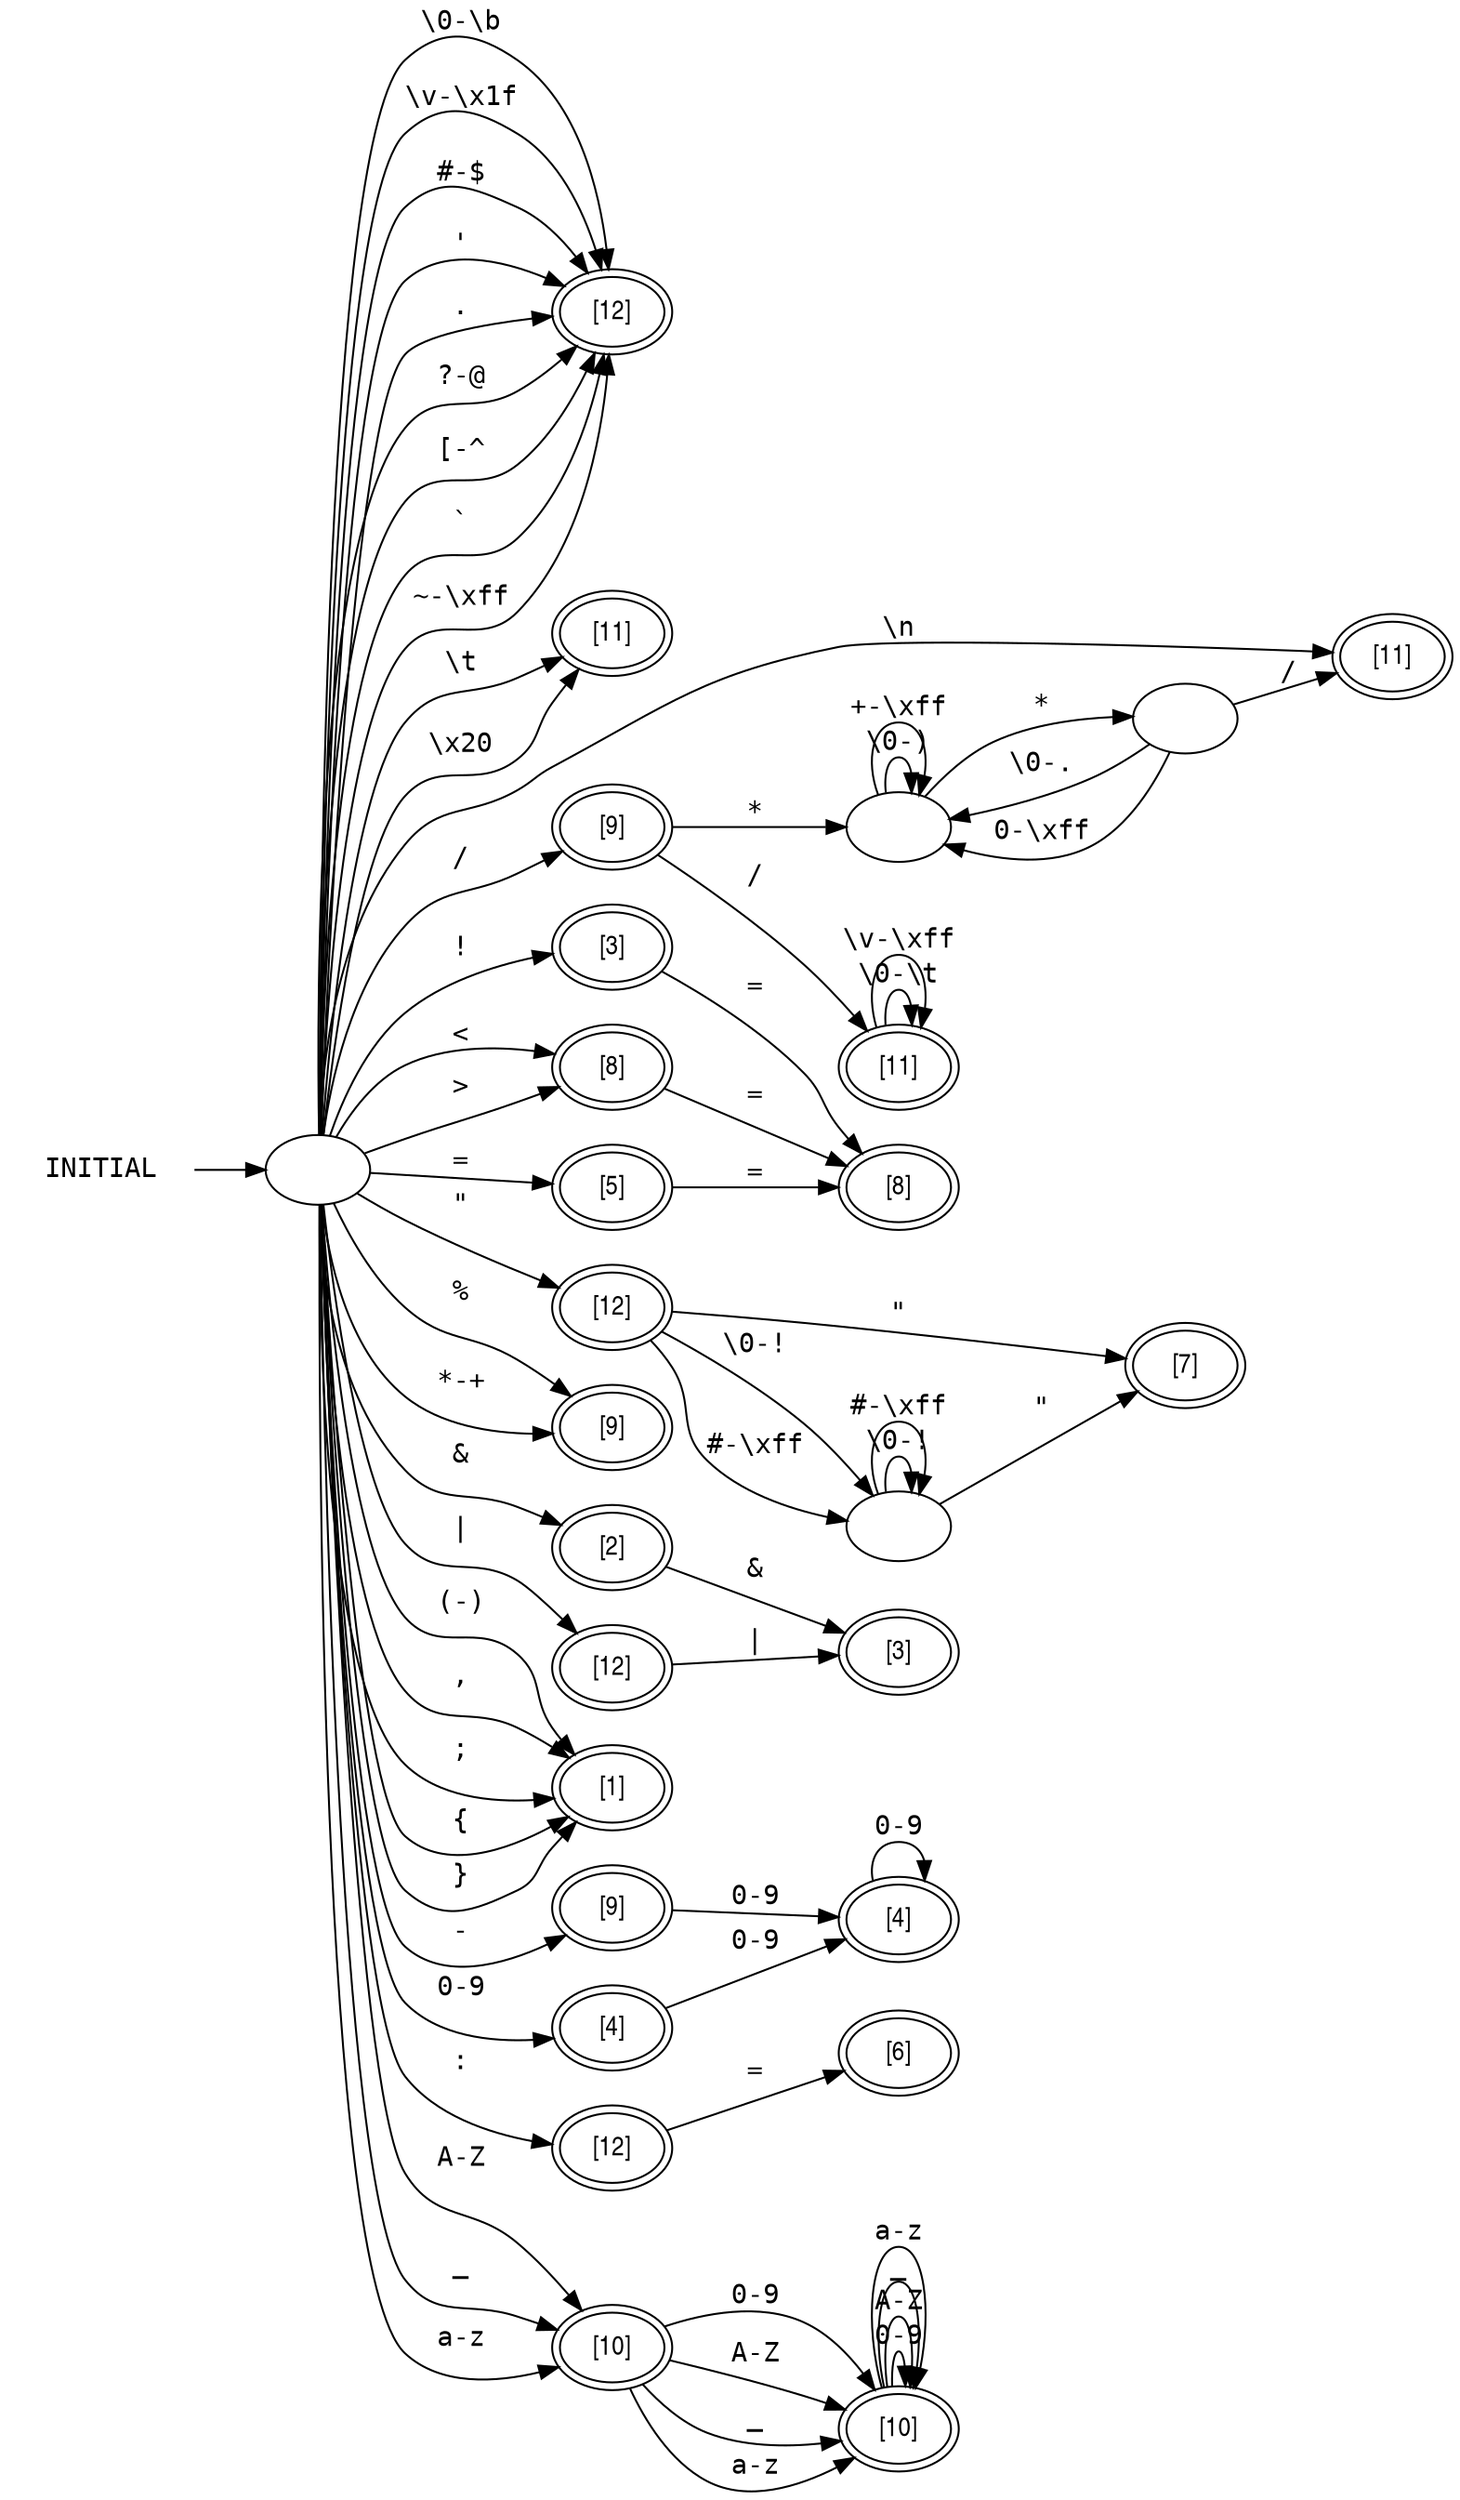
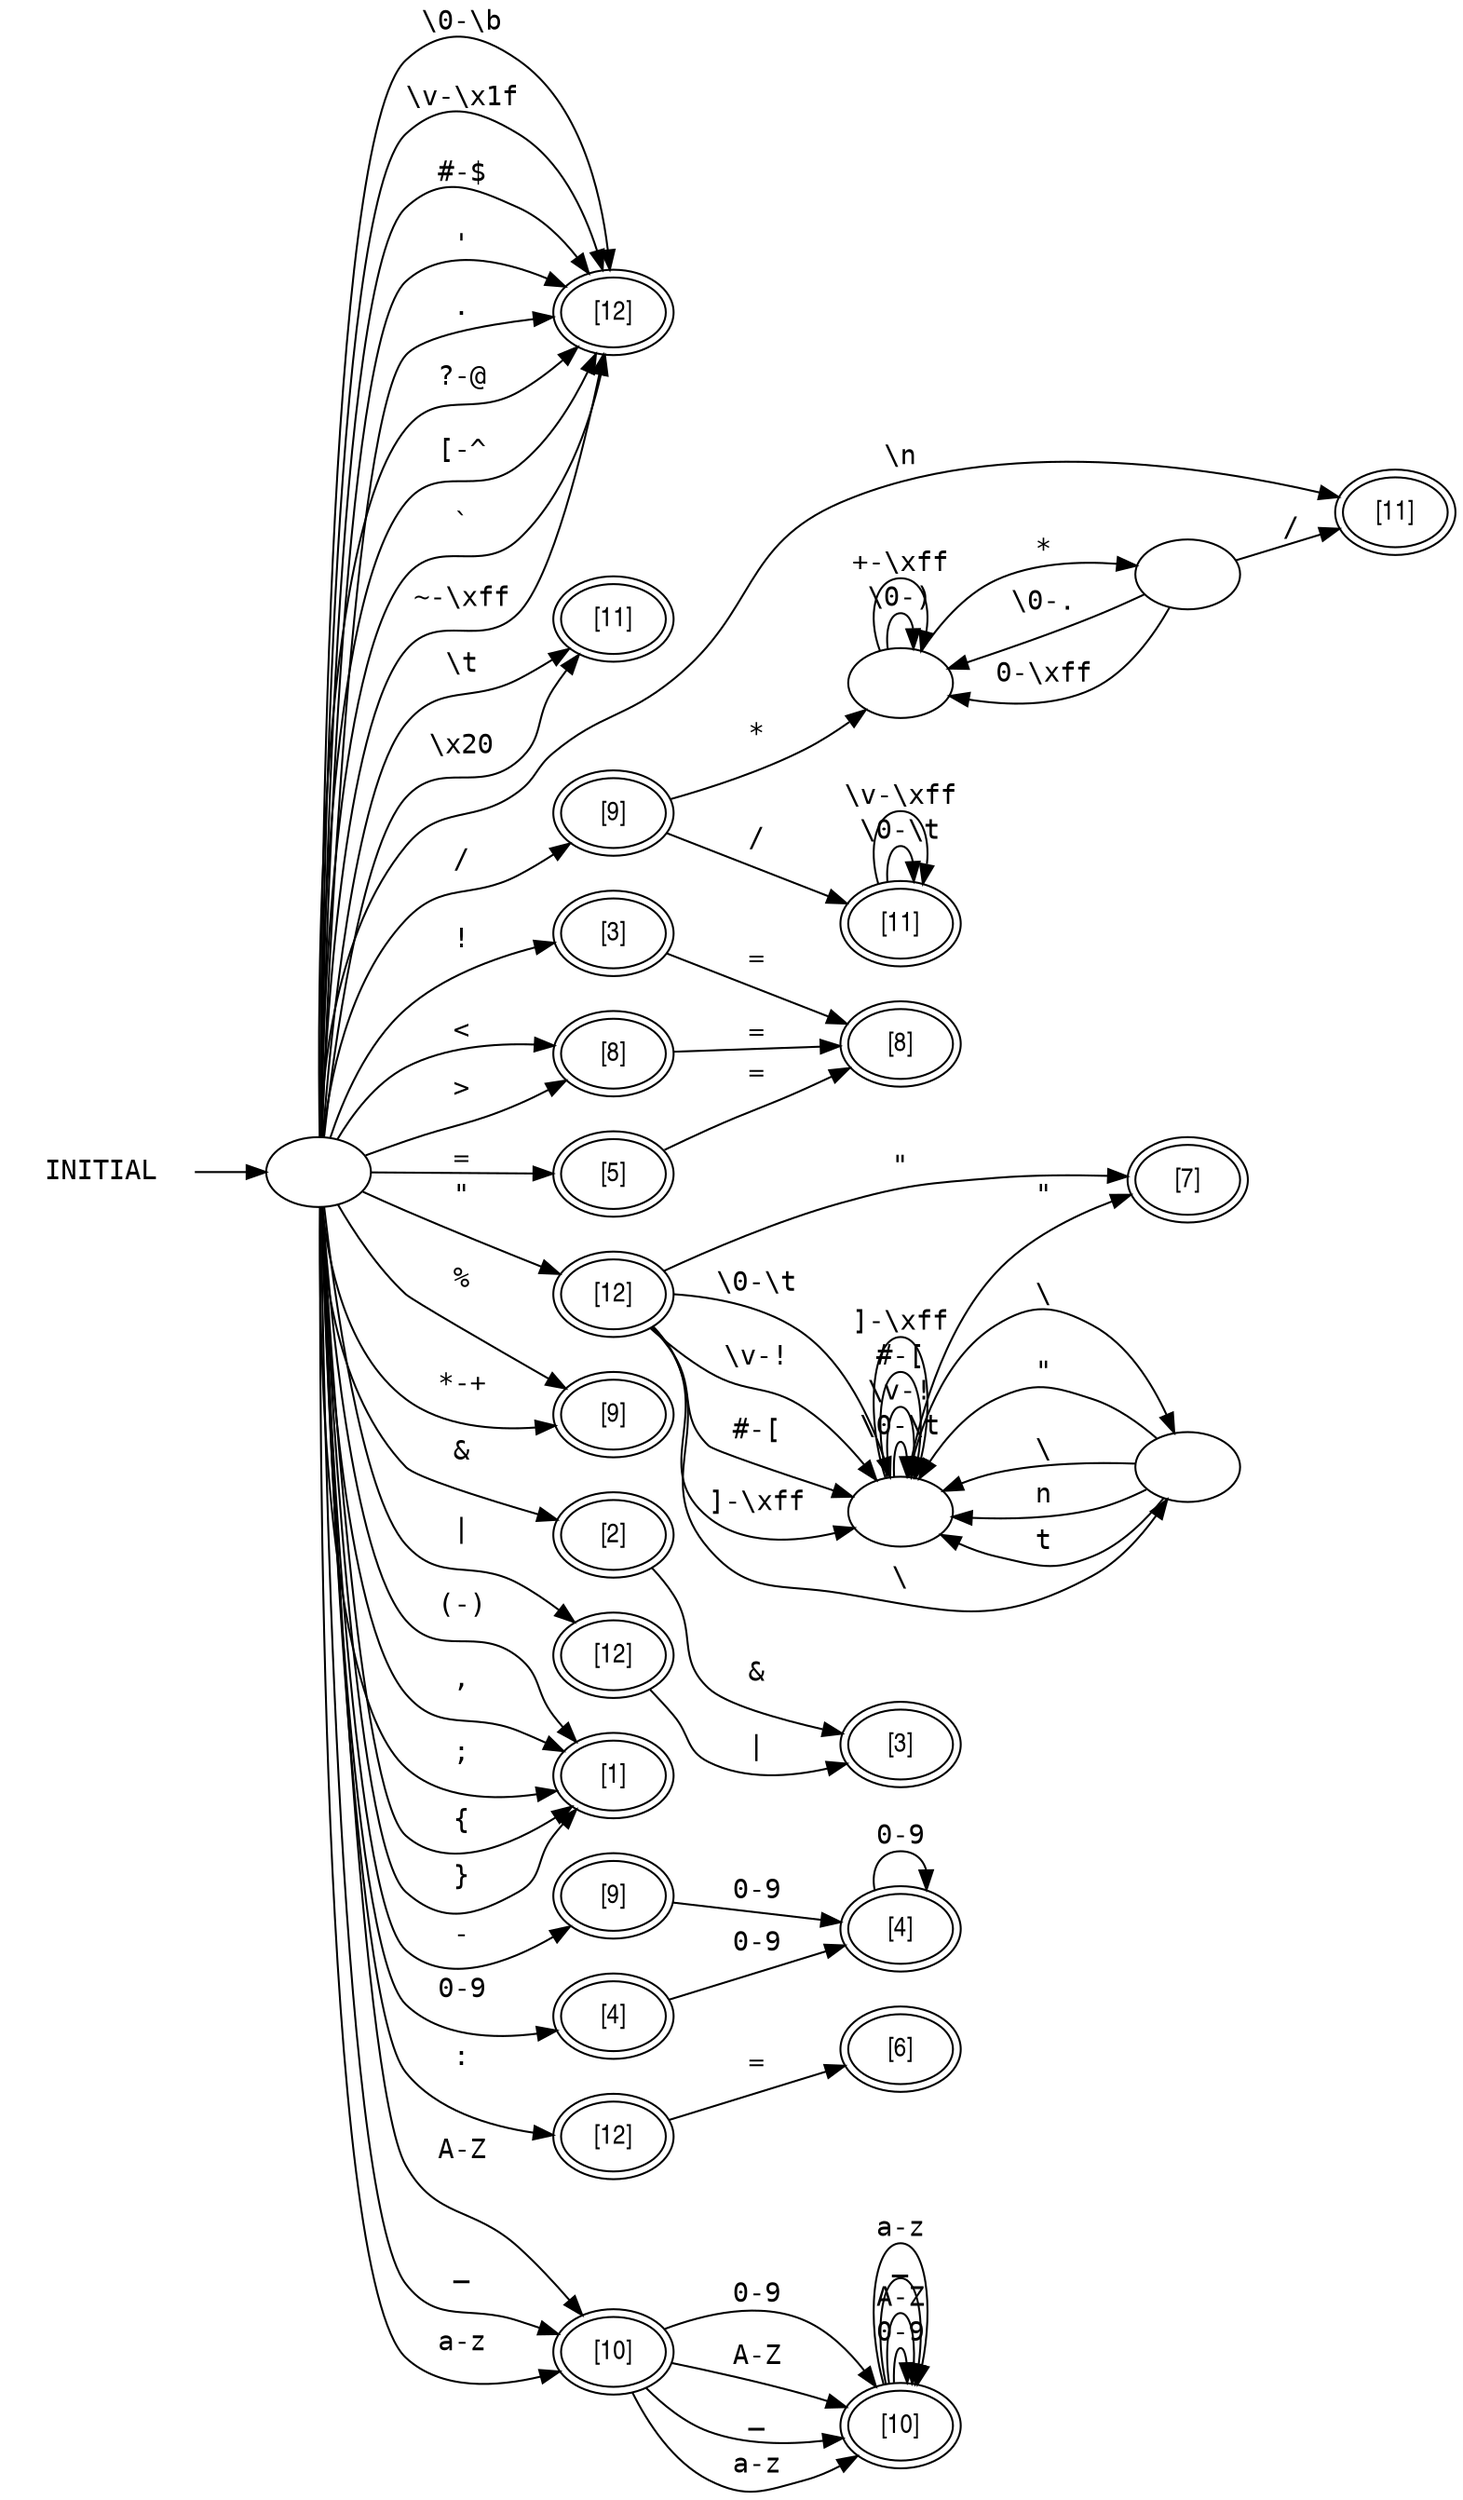
digraph INITIAL {
		rankdir=LR;
		concentrate=true;
		node [fontname="ArialNarrow"];
		edge [fontname="Courier"];

		init [root=true,peripheries=0,label="INITIAL",fontname="Courier"];
- 		init -> N0x7b849aced018;
+ 		init -> N0x75e037ae8018;

- /*START*/	N0x7b849aced018 [label=""];
- 		N0x7b849aced018 -> N0x7b849acedd98 [label="\\0-\\b"];
- 		N0x7b849aced018 -> N0x7b849acedcc0 [label="\\t"];
- 		N0x7b849aced018 -> N0x7b849acedb10 [label="\\n"];
- 		N0x7b849aced018 -> N0x7b849acedd98 [label="\\v-\\x1f"];
- 		N0x7b849aced018 -> N0x7b849acedcc0 [label="\\x20"];
- 		N0x7b849aced018 -> N0x7b849aced378 [label="!"];
- 		N0x7b849aced018 -> N0x7b849aced7b0 [label="\""];
- 		N0x7b849aced018 -> N0x7b849acedd98 [label="#-$"];
- 		N0x7b849aced018 -> N0x7b849aced960 [label="%"];
- 		N0x7b849aced018 -> N0x7b849aced1c8 [label="&"];
- 		N0x7b849aced018 -> N0x7b849acedd98 [label="'"];
- 		N0x7b849aced018 -> N0x7b849aced0f0 [label="(-)"];
- 		N0x7b849aced018 -> N0x7b849aced960 [label="*-+"];
- 		N0x7b849aced018 -> N0x7b849aced0f0 [label=","];
- 		N0x7b849aced018 -> N0x7b849aced450 [label="-"];
- 		N0x7b849aced018 -> N0x7b849acedd98 [label="."];
- 		N0x7b849aced018 -> N0x7b849acedbe8 [label="/"];
- 		N0x7b849aced018 -> N0x7b849aced528 [label="0-9"];
- 		N0x7b849aced018 -> N0x7b849aced6d8 [label=":"];
- 		N0x7b849aced018 -> N0x7b849aced0f0 [label=";"];
- 		N0x7b849aced018 -> N0x7b849aced888 [label="<"];
- 		N0x7b849aced018 -> N0x7b849aced600 [label="="];
- 		N0x7b849aced018 -> N0x7b849aced888 [label=">"];
- 		N0x7b849aced018 -> N0x7b849acedd98 [label="?-@"];
- 		N0x7b849aced018 -> N0x7b849aceda38 [label="A-Z"];
- 		N0x7b849aced018 -> N0x7b849acedd98 [label="[-^"];
- 		N0x7b849aced018 -> N0x7b849aceda38 [label="_"];
- 		N0x7b849aced018 -> N0x7b849acedd98 [label="`"];
- 		N0x7b849aced018 -> N0x7b849aceda38 [label="a-z"];
- 		N0x7b849aced018 -> N0x7b849aced0f0 [label="{"];
- 		N0x7b849aced018 -> N0x7b849aced2a0 [label="|"];
- 		N0x7b849aced018 -> N0x7b849aced0f0 [label="}"];
- 		N0x7b849aced018 -> N0x7b849acedd98 [label="~-\\xff"];
+ /*START*/	N0x75e037ae8018 [label=""];
+ 		N0x75e037ae8018 -> N0x75e037ae8d98 [label="\\0-\\b"];
+ 		N0x75e037ae8018 -> N0x75e037ae8cc0 [label="\\t"];
+ 		N0x75e037ae8018 -> N0x75e037ae8b10 [label="\\n"];
+ 		N0x75e037ae8018 -> N0x75e037ae8d98 [label="\\v-\\x1f"];
+ 		N0x75e037ae8018 -> N0x75e037ae8cc0 [label="\\x20"];
+ 		N0x75e037ae8018 -> N0x75e037ae8378 [label="!"];
+ 		N0x75e037ae8018 -> N0x75e037ae87b0 [label="\""];
+ 		N0x75e037ae8018 -> N0x75e037ae8d98 [label="#-$"];
+ 		N0x75e037ae8018 -> N0x75e037ae8960 [label="%"];
+ 		N0x75e037ae8018 -> N0x75e037ae81c8 [label="&"];
+ 		N0x75e037ae8018 -> N0x75e037ae8d98 [label="'"];
+ 		N0x75e037ae8018 -> N0x75e037ae80f0 [label="(-)"];
+ 		N0x75e037ae8018 -> N0x75e037ae8960 [label="*-+"];
+ 		N0x75e037ae8018 -> N0x75e037ae80f0 [label=","];
+ 		N0x75e037ae8018 -> N0x75e037ae8450 [label="-"];
+ 		N0x75e037ae8018 -> N0x75e037ae8d98 [label="."];
+ 		N0x75e037ae8018 -> N0x75e037ae8be8 [label="/"];
+ 		N0x75e037ae8018 -> N0x75e037ae8528 [label="0-9"];
+ 		N0x75e037ae8018 -> N0x75e037ae86d8 [label=":"];
+ 		N0x75e037ae8018 -> N0x75e037ae80f0 [label=";"];
+ 		N0x75e037ae8018 -> N0x75e037ae8888 [label="<"];
+ 		N0x75e037ae8018 -> N0x75e037ae8600 [label="="];
+ 		N0x75e037ae8018 -> N0x75e037ae8888 [label=">"];
+ 		N0x75e037ae8018 -> N0x75e037ae8d98 [label="?-@"];
+ 		N0x75e037ae8018 -> N0x75e037ae8a38 [label="A-Z"];
+ 		N0x75e037ae8018 -> N0x75e037ae8d98 [label="[-^"];
+ 		N0x75e037ae8018 -> N0x75e037ae8a38 [label="_"];
+ 		N0x75e037ae8018 -> N0x75e037ae8d98 [label="`"];
+ 		N0x75e037ae8018 -> N0x75e037ae8a38 [label="a-z"];
+ 		N0x75e037ae8018 -> N0x75e037ae80f0 [label="{"];
+ 		N0x75e037ae8018 -> N0x75e037ae82a0 [label="|"];
+ 		N0x75e037ae8018 -> N0x75e037ae80f0 [label="}"];
+ 		N0x75e037ae8018 -> N0x75e037ae8d98 [label="~-\\xff"];

- /*ACCEPT 1*/	N0x7b849aced0f0 [label="[1]",peripheries=2];
+ /*ACCEPT 1*/	N0x75e037ae80f0 [label="[1]",peripheries=2];

- /*ACCEPT 2*/	N0x7b849aced1c8 [label="[2]",peripheries=2];
- 		N0x7b849aced1c8 -> N0x7b849acede70 [label="&"];
+ /*ACCEPT 2*/	N0x75e037ae81c8 [label="[2]",peripheries=2];
+ 		N0x75e037ae81c8 -> N0x75e037ae8e70 [label="&"];

- /*ACCEPT 12*/	N0x7b849aced2a0 [label="[12]",peripheries=2];
- 		N0x7b849aced2a0 -> N0x7b849acede70 [label="|"];
+ /*ACCEPT 12*/	N0x75e037ae82a0 [label="[12]",peripheries=2];
+ 		N0x75e037ae82a0 -> N0x75e037ae8e70 [label="|"];

- /*ACCEPT 3*/	N0x7b849aced378 [label="[3]",peripheries=2];
- 		N0x7b849aced378 -> N0x7b849acedf48 [label="="];
+ /*ACCEPT 3*/	N0x75e037ae8378 [label="[3]",peripheries=2];
+ 		N0x75e037ae8378 -> N0x75e037ae8f48 [label="="];

- /*ACCEPT 9*/	N0x7b849aced450 [label="[9]",peripheries=2];
- 		N0x7b849aced450 -> N0x7b849acee020 [label="0-9"];
+ /*ACCEPT 9*/	N0x75e037ae8450 [label="[9]",peripheries=2];
+ 		N0x75e037ae8450 -> N0x75e037ae9020 [label="0-9"];

- /*ACCEPT 4*/	N0x7b849aced528 [label="[4]",peripheries=2];
- 		N0x7b849aced528 -> N0x7b849acee020 [label="0-9"];
+ /*ACCEPT 4*/	N0x75e037ae8528 [label="[4]",peripheries=2];
+ 		N0x75e037ae8528 -> N0x75e037ae9020 [label="0-9"];

- /*ACCEPT 5*/	N0x7b849aced600 [label="[5]",peripheries=2];
- 		N0x7b849aced600 -> N0x7b849acedf48 [label="="];
+ /*ACCEPT 5*/	N0x75e037ae8600 [label="[5]",peripheries=2];
+ 		N0x75e037ae8600 -> N0x75e037ae8f48 [label="="];

- /*ACCEPT 12*/	N0x7b849aced6d8 [label="[12]",peripheries=2];
- 		N0x7b849aced6d8 -> N0x7b849acee0f8 [label="="];
+ /*ACCEPT 12*/	N0x75e037ae86d8 [label="[12]",peripheries=2];
+ 		N0x75e037ae86d8 -> N0x75e037ae90f8 [label="="];

- /*ACCEPT 12*/	N0x7b849aced7b0 [label="[12]",peripheries=2];
- 		N0x7b849aced7b0 -> N0x7b849acee1d0 [label="\\0-!"];
- 		N0x7b849aced7b0 -> N0x7b849acee2a8 [label="\""];
- 		N0x7b849aced7b0 -> N0x7b849acee1d0 [label="#-\\xff"];
+ /*ACCEPT 12*/	N0x75e037ae87b0 [label="[12]",peripheries=2];
+ 		N0x75e037ae87b0 -> N0x75e037ae91d0 [label="\\0-\\t"];
+ 		N0x75e037ae87b0 -> N0x75e037ae91d0 [label="\\v-!"];
+ 		N0x75e037ae87b0 -> N0x75e037ae9380 [label="\""];
+ 		N0x75e037ae87b0 -> N0x75e037ae91d0 [label="#-["];
+ 		N0x75e037ae87b0 -> N0x75e037ae92a8 [label="\\"];
+ 		N0x75e037ae87b0 -> N0x75e037ae91d0 [label="]-\\xff"];

- /*ACCEPT 8*/	N0x7b849aced888 [label="[8]",peripheries=2];
- 		N0x7b849aced888 -> N0x7b849acedf48 [label="="];
+ /*ACCEPT 8*/	N0x75e037ae8888 [label="[8]",peripheries=2];
+ 		N0x75e037ae8888 -> N0x75e037ae8f48 [label="="];

- /*ACCEPT 9*/	N0x7b849aced960 [label="[9]",peripheries=2];
+ /*ACCEPT 9*/	N0x75e037ae8960 [label="[9]",peripheries=2];

- /*ACCEPT 10*/	N0x7b849aceda38 [label="[10]",peripheries=2];
- 		N0x7b849aceda38 -> N0x7b849acee380 [label="0-9"];
- 		N0x7b849aceda38 -> N0x7b849acee380 [label="A-Z"];
- 		N0x7b849aceda38 -> N0x7b849acee380 [label="_"];
- 		N0x7b849aceda38 -> N0x7b849acee380 [label="a-z"];
+ /*ACCEPT 10*/	N0x75e037ae8a38 [label="[10]",peripheries=2];
+ 		N0x75e037ae8a38 -> N0x75e037ae9458 [label="0-9"];
+ 		N0x75e037ae8a38 -> N0x75e037ae9458 [label="A-Z"];
+ 		N0x75e037ae8a38 -> N0x75e037ae9458 [label="_"];
+ 		N0x75e037ae8a38 -> N0x75e037ae9458 [label="a-z"];

- /*ACCEPT 11*/	N0x7b849acedb10 [label="[11]",peripheries=2];
+ /*ACCEPT 11*/	N0x75e037ae8b10 [label="[11]",peripheries=2];

- /*ACCEPT 9*/	N0x7b849acedbe8 [label="[9]",peripheries=2];
- 		N0x7b849acedbe8 -> N0x7b849acee530 [label="*"];
- 		N0x7b849acedbe8 -> N0x7b849acee458 [label="/"];
+ /*ACCEPT 9*/	N0x75e037ae8be8 [label="[9]",peripheries=2];
+ 		N0x75e037ae8be8 -> N0x75e037ae9608 [label="*"];
+ 		N0x75e037ae8be8 -> N0x75e037ae9530 [label="/"];

- /*ACCEPT 11*/	N0x7b849acedcc0 [label="[11]",peripheries=2];
+ /*ACCEPT 11*/	N0x75e037ae8cc0 [label="[11]",peripheries=2];

- /*ACCEPT 12*/	N0x7b849acedd98 [label="[12]",peripheries=2];
+ /*ACCEPT 12*/	N0x75e037ae8d98 [label="[12]",peripheries=2];

- /*ACCEPT 3*/	N0x7b849acede70 [label="[3]",peripheries=2];
+ /*ACCEPT 3*/	N0x75e037ae8e70 [label="[3]",peripheries=2];

- /*ACCEPT 8*/	N0x7b849acedf48 [label="[8]",peripheries=2];
+ /*ACCEPT 8*/	N0x75e037ae8f48 [label="[8]",peripheries=2];

- /*ACCEPT 4*/	N0x7b849acee020 [label="[4]",peripheries=2];
- 		N0x7b849acee020 -> N0x7b849acee020 [label="0-9"];
+ /*ACCEPT 4*/	N0x75e037ae9020 [label="[4]",peripheries=2];
+ 		N0x75e037ae9020 -> N0x75e037ae9020 [label="0-9"];

- /*ACCEPT 6*/	N0x7b849acee0f8 [label="[6]",peripheries=2];
+ /*ACCEPT 6*/	N0x75e037ae90f8 [label="[6]",peripheries=2];

- /*STATE*/	N0x7b849acee1d0 [label=""];
- 		N0x7b849acee1d0 -> N0x7b849acee1d0 [label="\\0-!"];
- 		N0x7b849acee1d0 -> N0x7b849acee2a8 [label="\""];
- 		N0x7b849acee1d0 -> N0x7b849acee1d0 [label="#-\\xff"];
+ /*STATE*/	N0x75e037ae91d0 [label=""];
+ 		N0x75e037ae91d0 -> N0x75e037ae91d0 [label="\\0-\\t"];
+ 		N0x75e037ae91d0 -> N0x75e037ae91d0 [label="\\v-!"];
+ 		N0x75e037ae91d0 -> N0x75e037ae9380 [label="\""];
+ 		N0x75e037ae91d0 -> N0x75e037ae91d0 [label="#-["];
+ 		N0x75e037ae91d0 -> N0x75e037ae92a8 [label="\\"];
+ 		N0x75e037ae91d0 -> N0x75e037ae91d0 [label="]-\\xff"];

- /*ACCEPT 7*/	N0x7b849acee2a8 [label="[7]",peripheries=2];
+ /*STATE*/	N0x75e037ae92a8 [label=""];
+ 		N0x75e037ae92a8 -> N0x75e037ae91d0 [label="\""];
+ 		N0x75e037ae92a8 -> N0x75e037ae91d0 [label="\\"];
+ 		N0x75e037ae92a8 -> N0x75e037ae91d0 [label="n"];
+ 		N0x75e037ae92a8 -> N0x75e037ae91d0 [label="t"];

- /*ACCEPT 10*/	N0x7b849acee380 [label="[10]",peripheries=2];
- 		N0x7b849acee380 -> N0x7b849acee380 [label="0-9"];
- 		N0x7b849acee380 -> N0x7b849acee380 [label="A-Z"];
- 		N0x7b849acee380 -> N0x7b849acee380 [label="_"];
- 		N0x7b849acee380 -> N0x7b849acee380 [label="a-z"];
+ /*ACCEPT 7*/	N0x75e037ae9380 [label="[7]",peripheries=2];

- /*ACCEPT 11*/	N0x7b849acee458 [label="[11]",peripheries=2];
- 		N0x7b849acee458 -> N0x7b849acee458 [label="\\0-\\t"];
- 		N0x7b849acee458 -> N0x7b849acee458 [label="\\v-\\xff"];
+ /*ACCEPT 10*/	N0x75e037ae9458 [label="[10]",peripheries=2];
+ 		N0x75e037ae9458 -> N0x75e037ae9458 [label="0-9"];
+ 		N0x75e037ae9458 -> N0x75e037ae9458 [label="A-Z"];
+ 		N0x75e037ae9458 -> N0x75e037ae9458 [label="_"];
+ 		N0x75e037ae9458 -> N0x75e037ae9458 [label="a-z"];

- /*STATE*/	N0x7b849acee530 [label=""];
- 		N0x7b849acee530 -> N0x7b849acee530 [label="\\0-)"];
- 		N0x7b849acee530 -> N0x7b849acee608 [label="*"];
- 		N0x7b849acee530 -> N0x7b849acee530 [label="+-\\xff"];
+ /*ACCEPT 11*/	N0x75e037ae9530 [label="[11]",peripheries=2];
+ 		N0x75e037ae9530 -> N0x75e037ae9530 [label="\\0-\\t"];
+ 		N0x75e037ae9530 -> N0x75e037ae9530 [label="\\v-\\xff"];

- /*STATE*/	N0x7b849acee608 [label=""];
- 		N0x7b849acee608 -> N0x7b849acee530 [label="\\0-."];
- 		N0x7b849acee608 -> N0x7b849acedb10 [label="/"];
- 		N0x7b849acee608 -> N0x7b849acee530 [label="0-\\xff"];
+ /*STATE*/	N0x75e037ae9608 [label=""];
+ 		N0x75e037ae9608 -> N0x75e037ae9608 [label="\\0-)"];
+ 		N0x75e037ae9608 -> N0x75e037ae96e0 [label="*"];
+ 		N0x75e037ae9608 -> N0x75e037ae9608 [label="+-\\xff"];
+ 
+ /*STATE*/	N0x75e037ae96e0 [label=""];
+ 		N0x75e037ae96e0 -> N0x75e037ae9608 [label="\\0-."];
+ 		N0x75e037ae96e0 -> N0x75e037ae8b10 [label="/"];
+ 		N0x75e037ae96e0 -> N0x75e037ae9608 [label="0-\\xff"];
}
